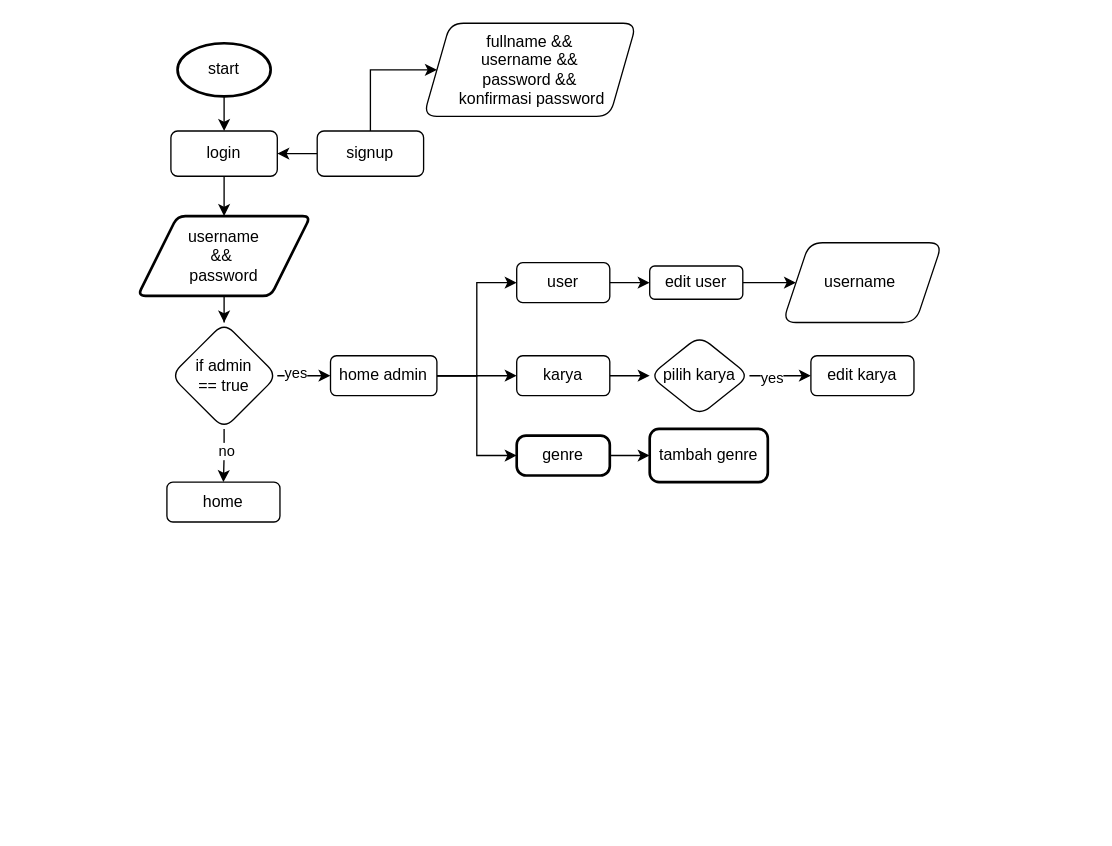
Above: project_pbo.drawio in regtat/Framework-Play-1.5.3-First (draw.io), before the change. Source tidied: cells renumbered, new cells numbered last; positions are measured from the earlier drawing's top-left corner, leaving out a move shared by most shapes. Both pictures are drawn from the tidied source at 133%, with x=0, y=0 at pixel (137, 23).
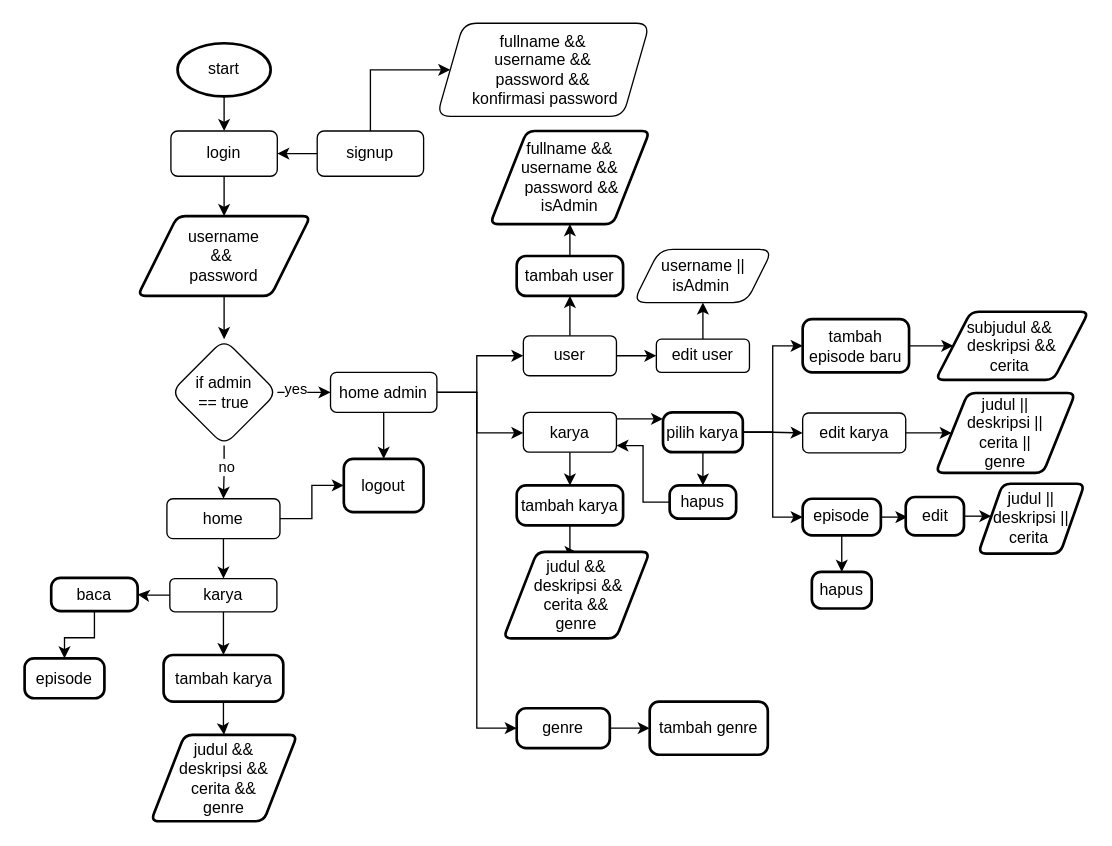
The same page after the edit.

Diff of the diagram source:
```diff
@@
     <mxCell id="11" value="fullname &amp;amp;&amp;amp; &lt;br&gt;username &amp;amp;&amp;amp; &lt;br&gt;password &amp;amp;&amp;amp;&lt;br&gt;&amp;nbsp;konfirmasi password" style="shape=parallelogram;perimeter=parallelogramPerimeter;whiteSpace=wrap;html=1;fixedSize=1;rounded=1;glass=0;strokeWidth=1;shadow=0;" parent="1" vertex="1">
-      <mxGeometry x="215" width="160" height="70" as="geometry" />
+      <mxGeometry x="225" width="160" height="70" as="geometry" />
     </mxCell>
@@
     <mxCell id="16" value="if admin &lt;br&gt;== true" style="rhombus;whiteSpace=wrap;html=1;rounded=1;glass=0;strokeWidth=1;shadow=0;" parent="1" vertex="1">
-      <mxGeometry x="25" y="225" width="80" height="80" as="geometry" />
+      <mxGeometry x="25" y="237.5" width="80" height="80" as="geometry" />
     </mxCell>
+    <mxCell id="36" style="edgeStyle=orthogonalEdgeStyle;rounded=0;jettySize=auto;html=1;" parent="1" edge="1" source="17" target="43">
+      <mxGeometry relative="1" as="geometry" />
+    </mxCell>
+    <mxCell id="37" style="edgeStyle=orthogonalEdgeStyle;rounded=0;jettySize=auto;html=1;entryX=0;entryY=0.5;entryDx=0;entryDy=0;" parent="1" edge="1" source="17" target="59">
+      <mxGeometry relative="1" as="geometry" />
+    </mxCell>
     <mxCell id="17" value="home" style="whiteSpace=wrap;html=1;rounded=1;glass=0;strokeWidth=1;shadow=0;" parent="1" vertex="1">
-      <mxGeometry x="22" y="345" width="85" height="30" as="geometry" />
+      <mxGeometry x="22" y="357.5" width="85" height="30" as="geometry" />
     </mxCell>
     <mxCell id="18" style="edgeStyle=orthogonalEdgeStyle;rounded=0;jettySize=auto;html=1;" parent="1" edge="1" source="19" target="33">
-      <mxGeometry relative="1" as="geometry" />
+      <mxGeometry relative="1" as="geometry">
+        <Array as="points">
+          <mxPoint x="380" y="297.5" />
+          <mxPoint x="380" y="297.5" />
+        </Array>
+      </mxGeometry>
     </mxCell>
+    <mxCell id="38" style="edgeStyle=orthogonalEdgeStyle;rounded=0;jettySize=auto;html=1;" parent="1" edge="1" source="19" target="45">
+      <mxGeometry relative="1" as="geometry" />
+    </mxCell>
     <mxCell id="19" value="karya" style="rounded=1;whiteSpace=wrap;html=1;fontSize=12;glass=0;strokeWidth=1;shadow=0;" parent="1" vertex="1">
-      <mxGeometry x="285" y="250" width="70" height="30" as="geometry" />
+      <mxGeometry x="290" y="292.5" width="70" height="30" as="geometry" />
     </mxCell>
@@
+    <mxCell id="39" style="edgeStyle=orthogonalEdgeStyle;rounded=0;jettySize=auto;html=1;entryX=0.5;entryY=1;entryDx=0;entryDy=0;" parent="1" edge="1" source="21" target="61">
+      <mxGeometry relative="1" as="geometry" />
+    </mxCell>
     <mxCell id="21" value="user" style="whiteSpace=wrap;html=1;rounded=1;glass=0;strokeWidth=1;shadow=0;" parent="1" vertex="1">
-      <mxGeometry x="285" y="180" width="70" height="30" as="geometry" />
+      <mxGeometry x="290" y="235" width="70" height="30" as="geometry" />
     </mxCell>
@@
     <mxCell id="23" value="edit user" style="whiteSpace=wrap;html=1;rounded=1;glass=0;strokeWidth=1;shadow=0;" parent="1" vertex="1">
-      <mxGeometry x="385" y="182.5" width="70" height="25" as="geometry" />
+      <mxGeometry x="390" y="237.5" width="70" height="25" as="geometry" />
     </mxCell>
-    <mxCell id="24" value="username&amp;nbsp;" style="shape=parallelogram;perimeter=parallelogramPerimeter;whiteSpace=wrap;html=1;fixedSize=1;rounded=1;glass=0;strokeWidth=1;shadow=0;" parent="1" vertex="1">
-      <mxGeometry x="485" y="165" width="120" height="60" as="geometry" />
+    <mxCell id="24" value="username ||&lt;br&gt;isAdmin&amp;nbsp;" style="shape=parallelogram;perimeter=parallelogramPerimeter;whiteSpace=wrap;html=1;fixedSize=1;rounded=1;glass=0;strokeWidth=1;shadow=0;" parent="1" vertex="1">
+      <mxGeometry x="372.5" y="170" width="105" height="40" as="geometry" />
     </mxCell>
@@
     <mxCell id="26" value="genre" style="rounded=1;whiteSpace=wrap;html=1;absoluteArcSize=1;arcSize=14;strokeWidth=2;" parent="1" vertex="1">
-      <mxGeometry x="285" y="310" width="70" height="30" as="geometry" />
+      <mxGeometry x="285" y="515" width="70" height="30" as="geometry" />
     </mxCell>
     <mxCell id="27" style="edgeStyle=orthogonalEdgeStyle;rounded=0;jettySize=auto;html=1;entryX=0;entryY=0.5;entryDx=0;entryDy=0;" parent="1" edge="1" source="30" target="21">
-      <mxGeometry relative="1" as="geometry" />
+      <mxGeometry relative="1" as="geometry">
+        <Array as="points">
+          <mxPoint x="255" y="277" />
+          <mxPoint x="255" y="250" />
+        </Array>
+      </mxGeometry>
     </mxCell>
-    <mxCell id="28" style="edgeStyle=orthogonalEdgeStyle;rounded=0;jettySize=auto;html=1;entryX=0;entryY=0.5;entryDx=0;entryDy=0;" parent="1" edge="1" source="30" target="19">
-      <mxGeometry relative="1" as="geometry" />
+    <mxCell id="28" style="edgeStyle=orthogonalEdgeStyle;rounded=0;jettySize=auto;html=1;" parent="1" edge="1" source="30" target="19">
+      <mxGeometry relative="1" as="geometry">
+        <Array as="points">
+          <mxPoint x="255" y="278" />
+          <mxPoint x="255" y="308" />
+        </Array>
+      </mxGeometry>
     </mxCell>
+    <mxCell id="40" style="edgeStyle=orthogonalEdgeStyle;rounded=0;jettySize=auto;html=1;" parent="1" edge="1" source="30" target="59">
+      <mxGeometry relative="1" as="geometry" />
+    </mxCell>
@@
     <mxCell id="30" value="home admin" style="whiteSpace=wrap;html=1;rounded=1;glass=0;strokeWidth=1;shadow=0;" parent="1" vertex="1">
-      <mxGeometry x="145" y="250" width="80" height="30" as="geometry" />
+      <mxGeometry x="145" y="262.5" width="80" height="30" as="geometry" />
     </mxCell>
-    <mxCell id="31" style="edgeStyle=orthogonalEdgeStyle;rounded=0;jettySize=auto;html=1;" parent="1" edge="1" source="33" target="34">
+    <mxCell id="31" style="edgeStyle=orthogonalEdgeStyle;rounded=0;jettySize=auto;html=1;exitX=1;exitY=0.5;exitDx=0;exitDy=0;" parent="1" edge="1" source="33" target="34">
       <mxGeometry relative="1" as="geometry" />
     </mxCell>
-    <mxCell id="32" value="yes" style="edgeLabel;html=1;align=center;verticalAlign=middle;" parent="31" vertex="1">
-      <mxGeometry x="-0.29" y="-1" relative="1" as="geometry" />
-    </mxCell>
-    <mxCell id="33" value="pilih karya" style="rhombus;whiteSpace=wrap;html=1;rounded=1;glass=0;strokeWidth=1;shadow=0;" parent="1" vertex="1">
-      <mxGeometry x="385" y="235" width="75" height="60" as="geometry" />
-    </mxCell>
     <mxCell id="34" value="edit karya" style="whiteSpace=wrap;html=1;rounded=1;glass=0;strokeWidth=1;shadow=0;" parent="1" vertex="1">
-      <mxGeometry x="506.2" y="250" width="77.5" height="30" as="geometry" />
+      <mxGeometry x="500" y="293" width="77.5" height="30" as="geometry" />
     </mxCell>
     <mxCell id="35" value="tambah genre" style="rounded=1;whiteSpace=wrap;html=1;absoluteArcSize=1;arcSize=14;strokeWidth=2;" parent="1" vertex="1">
-      <mxGeometry x="385" y="305" width="88.8" height="40" as="geometry" />
+      <mxGeometry x="385" y="510" width="88.8" height="40" as="geometry" />
     </mxCell>
+    <mxCell id="41" style="edgeStyle=orthogonalEdgeStyle;rounded=0;jettySize=auto;html=1;" parent="1" edge="1" source="43" target="58">
+      <mxGeometry relative="1" as="geometry" />
+    </mxCell>
+    <mxCell id="42" style="edgeStyle=orthogonalEdgeStyle;rounded=0;jettySize=auto;html=1;" parent="1" edge="1" source="43" target="64">
+      <mxGeometry relative="1" as="geometry" />
+    </mxCell>
+    <mxCell id="43" value="karya" style="whiteSpace=wrap;html=1;rounded=1;glass=0;strokeWidth=1;shadow=0;" parent="1" vertex="1">
+      <mxGeometry x="24.2" y="417.5" width="80.5" height="25" as="geometry" />
+    </mxCell>
+    <mxCell id="44" style="edgeStyle=orthogonalEdgeStyle;rounded=0;jettySize=auto;html=1;" parent="1" edge="1" source="45" target="46">
+      <mxGeometry relative="1" as="geometry" />
+    </mxCell>
+    <mxCell id="45" value="tambah karya" style="rounded=1;whiteSpace=wrap;html=1;absoluteArcSize=1;arcSize=14;strokeWidth=2;" parent="1" vertex="1">
+      <mxGeometry x="285" y="347.5" width="80" height="30" as="geometry" />
+    </mxCell>
+    <mxCell id="46" value="judul &amp;amp;&amp;amp;&lt;br&gt;&amp;nbsp;deskripsi &amp;amp;&amp;amp;&lt;br&gt;cerita &amp;amp;&amp;amp;&lt;br&gt;genre" style="shape=parallelogram;html=1;strokeWidth=2;perimeter=parallelogramPerimeter;whiteSpace=wrap;rounded=1;arcSize=12;size=0.23;" parent="1" vertex="1">
+      <mxGeometry x="275" y="397.5" width="110" height="65" as="geometry" />
+    </mxCell>
+    <mxCell id="47" style="edgeStyle=orthogonalEdgeStyle;rounded=0;jettySize=auto;html=1;entryX=0;entryY=0.5;entryDx=0;entryDy=0;" parent="1" edge="1" source="33" target="53">
+      <mxGeometry relative="1" as="geometry" />
+    </mxCell>
+    <mxCell id="48" style="edgeStyle=orthogonalEdgeStyle;rounded=0;jettySize=auto;html=1;entryX=0.5;entryY=0;entryDx=0;entryDy=0;exitX=0.5;exitY=1;exitDx=0;exitDy=0;" parent="1" edge="1" source="33" target="55">
+      <mxGeometry relative="1" as="geometry" />
+    </mxCell>
+    <mxCell id="49" style="edgeStyle=orthogonalEdgeStyle;rounded=0;jettySize=auto;html=1;entryX=0;entryY=0.5;entryDx=0;entryDy=0;" parent="1" edge="1" source="33" target="68">
+      <mxGeometry relative="1" as="geometry" />
+    </mxCell>
+    <mxCell id="33" value="pilih karya" style="rounded=1;whiteSpace=wrap;html=1;absoluteArcSize=1;arcSize=14;strokeWidth=2;" parent="1" vertex="1">
+      <mxGeometry x="395" y="292.5" width="60" height="30" as="geometry" />
+    </mxCell>
+    <mxCell id="50" value="judul ||&lt;br&gt;deskripsi ||&lt;br&gt;cerita ||&lt;br&gt;genre" style="shape=parallelogram;html=1;strokeWidth=2;perimeter=parallelogramPerimeter;whiteSpace=wrap;rounded=1;arcSize=12;size=0.23;" parent="1" vertex="1">
+      <mxGeometry x="600" y="278" width="105" height="60" as="geometry" />
+    </mxCell>
+    <mxCell id="51" style="edgeStyle=orthogonalEdgeStyle;rounded=0;jettySize=auto;html=1;" parent="1" edge="1" source="34" target="50">
+      <mxGeometry relative="1" as="geometry" />
+    </mxCell>
+    <mxCell id="52" style="edgeStyle=orthogonalEdgeStyle;rounded=0;jettySize=auto;html=1;entryX=0;entryY=0.5;entryDx=0;entryDy=0;" parent="1" edge="1" source="53" target="56">
+      <mxGeometry relative="1" as="geometry" />
+    </mxCell>
+    <mxCell id="53" value="tambah episode baru" style="rounded=1;whiteSpace=wrap;html=1;absoluteArcSize=1;arcSize=14;strokeWidth=2;" parent="1" vertex="1">
+      <mxGeometry x="500" y="222.5" width="80" height="40" as="geometry" />
+    </mxCell>
+    <mxCell id="54" style="edgeStyle=orthogonalEdgeStyle;rounded=0;jettySize=auto;html=1;exitX=0;exitY=0.5;exitDx=0;exitDy=0;" parent="1" edge="1" source="55" target="19">
+      <mxGeometry relative="1" as="geometry">
+        <Array as="points">
+          <mxPoint x="380" y="360.5" />
+          <mxPoint x="380" y="317.5" />
+        </Array>
+      </mxGeometry>
+    </mxCell>
+    <mxCell id="55" value="hapus" style="rounded=1;whiteSpace=wrap;html=1;absoluteArcSize=1;arcSize=14;strokeWidth=2;" parent="1" vertex="1">
+      <mxGeometry x="400" y="347.5" width="50" height="25" as="geometry" />
+    </mxCell>
+    <mxCell id="56" value="subjudul &amp;amp;&amp;amp;&amp;nbsp;&lt;br&gt;deskripsi &amp;amp;&amp;amp;&lt;br&gt;cerita&amp;nbsp;" style="shape=parallelogram;html=1;strokeWidth=2;perimeter=parallelogramPerimeter;whiteSpace=wrap;rounded=1;arcSize=12;size=0.23;" parent="1" vertex="1">
+      <mxGeometry x="600" y="216.9" width="115" height="51.2" as="geometry" />
+    </mxCell>
+    <mxCell id="57" style="edgeStyle=orthogonalEdgeStyle;rounded=0;jettySize=auto;html=1;" parent="1" edge="1" source="58" target="73">
+      <mxGeometry relative="1" as="geometry" />
+    </mxCell>
+    <mxCell id="58" value="baca" style="rounded=1;whiteSpace=wrap;html=1;absoluteArcSize=1;arcSize=14;strokeWidth=2;" parent="1" vertex="1">
+      <mxGeometry x="-65" y="417" width="65" height="25" as="geometry" />
+    </mxCell>
+    <mxCell id="59" value="logout" style="rounded=1;whiteSpace=wrap;html=1;absoluteArcSize=1;arcSize=14;strokeWidth=2;" parent="1" vertex="1">
+      <mxGeometry x="155" y="327.5" width="60" height="40" as="geometry" />
+    </mxCell>
+    <mxCell id="60" style="edgeStyle=orthogonalEdgeStyle;rounded=0;jettySize=auto;html=1;entryX=0.5;entryY=1;entryDx=0;entryDy=0;" parent="1" edge="1" source="61" target="62">
+      <mxGeometry relative="1" as="geometry" />
+    </mxCell>
+    <mxCell id="61" value="tambah user" style="rounded=1;whiteSpace=wrap;html=1;absoluteArcSize=1;arcSize=14;strokeWidth=2;" parent="1" vertex="1">
+      <mxGeometry x="285" y="175" width="80" height="30" as="geometry" />
+    </mxCell>
+    <mxCell id="62" value="fullname &amp;amp;&amp;amp;&lt;br&gt;username &amp;amp;&amp;amp;&lt;br&gt;&amp;nbsp;password &amp;amp;&amp;amp;&lt;br&gt;isAdmin" style="shape=parallelogram;html=1;strokeWidth=2;perimeter=parallelogramPerimeter;whiteSpace=wrap;rounded=1;arcSize=12;size=0.23;" parent="1" vertex="1">
+      <mxGeometry x="265" y="81" width="120" height="70" as="geometry" />
+    </mxCell>
+    <mxCell id="63" style="edgeStyle=orthogonalEdgeStyle;rounded=0;jettySize=auto;html=1;" parent="1" edge="1" source="64" target="65">
+      <mxGeometry relative="1" as="geometry" />
+    </mxCell>
+    <mxCell id="64" value="tambah karya" style="rounded=1;whiteSpace=wrap;html=1;absoluteArcSize=1;arcSize=14;strokeWidth=2;" parent="1" vertex="1">
+      <mxGeometry x="19.5" y="475" width="90" height="35" as="geometry" />
+    </mxCell>
+    <mxCell id="65" value="judul &amp;amp;&amp;amp;&lt;br&gt;deskripsi &amp;amp;&amp;amp;&lt;br&gt;cerita &amp;amp;&amp;amp;&lt;br&gt;genre" style="shape=parallelogram;html=1;strokeWidth=2;perimeter=parallelogramPerimeter;whiteSpace=wrap;rounded=1;arcSize=12;size=0.23;" parent="1" vertex="1">
+      <mxGeometry x="10" y="535" width="110" height="65" as="geometry" />
+    </mxCell>
+    <mxCell id="66" style="edgeStyle=orthogonalEdgeStyle;rounded=0;jettySize=auto;html=1;" parent="1" edge="1" source="68" target="70">
+      <mxGeometry relative="1" as="geometry" />
+    </mxCell>
+    <mxCell id="67" style="edgeStyle=orthogonalEdgeStyle;rounded=0;jettySize=auto;html=1;" parent="1" edge="1" source="68" target="72">
+      <mxGeometry relative="1" as="geometry" />
+    </mxCell>
+    <mxCell id="68" value="episode" style="rounded=1;whiteSpace=wrap;html=1;absoluteArcSize=1;arcSize=14;strokeWidth=2;" parent="1" vertex="1">
+      <mxGeometry x="500" y="357.5" width="58.8" height="27.5" as="geometry" />
+    </mxCell>
+    <mxCell id="69" style="edgeStyle=orthogonalEdgeStyle;rounded=0;jettySize=auto;html=1;" parent="1" edge="1" source="70" target="71">
+      <mxGeometry relative="1" as="geometry">
+        <Array as="points">
+          <mxPoint x="635" y="375" />
+          <mxPoint x="635" y="375" />
+        </Array>
+      </mxGeometry>
+    </mxCell>
+    <mxCell id="70" value="edit" style="rounded=1;whiteSpace=wrap;html=1;absoluteArcSize=1;arcSize=14;strokeWidth=2;" parent="1" vertex="1">
+      <mxGeometry x="577.5" y="356.2" width="43.8" height="28.8" as="geometry" />
+    </mxCell>
+    <mxCell id="71" value="judul ||&lt;br&gt;deskripsi ||&lt;br&gt;cerita&amp;nbsp;" style="shape=parallelogram;html=1;strokeWidth=2;perimeter=parallelogramPerimeter;whiteSpace=wrap;rounded=1;arcSize=12;size=0.23;" parent="1" vertex="1">
+      <mxGeometry x="632" y="346.2" width="80" height="52.5" as="geometry" />
+    </mxCell>
+    <mxCell id="72" value="hapus" style="rounded=1;whiteSpace=wrap;html=1;absoluteArcSize=1;arcSize=14;strokeWidth=2;" parent="1" vertex="1">
+      <mxGeometry x="506.9" y="412.5" width="45" height="27.5" as="geometry" />
+    </mxCell>
+    <mxCell id="73" value="episode" style="rounded=1;whiteSpace=wrap;html=1;absoluteArcSize=1;arcSize=14;strokeWidth=2;" parent="1" vertex="1">
+      <mxGeometry x="-85" y="477.5" width="60" height="30" as="geometry" />
+    </mxCell>
```
